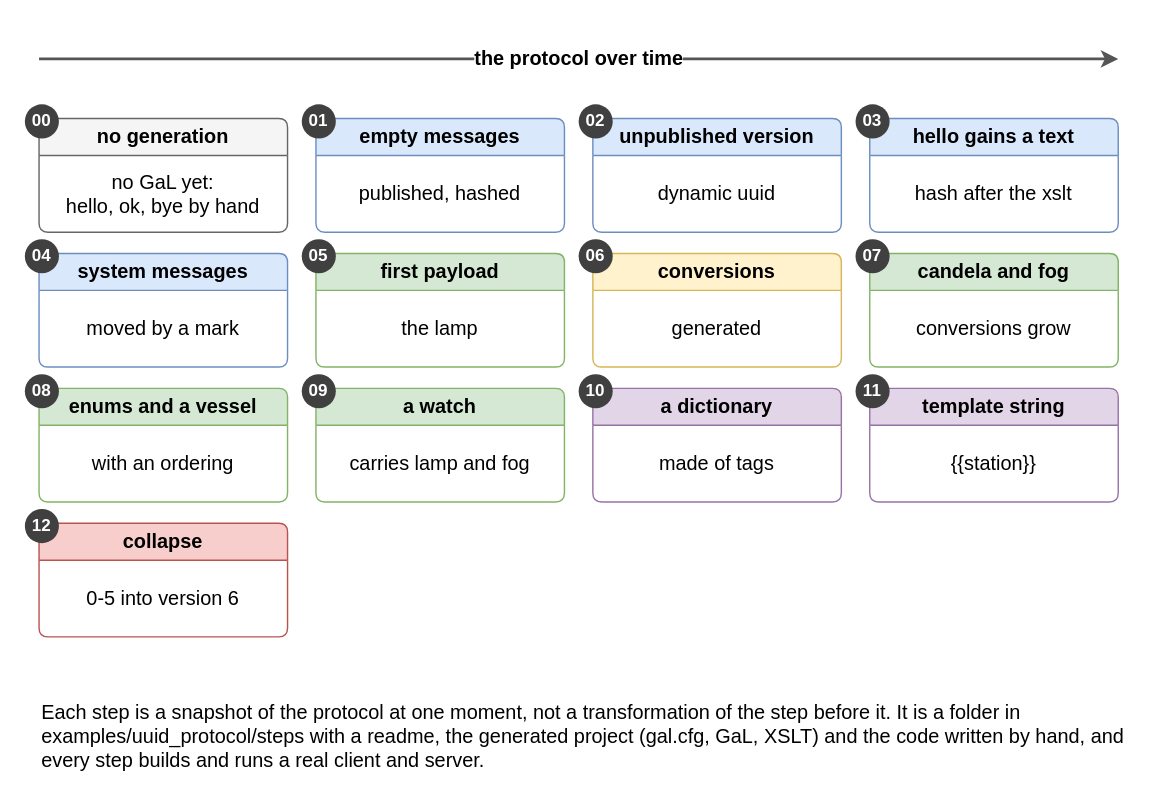
goloveshin/galimatron_doc keeps this draw.io diagram as drawio/22_uuid_steps.drawio. Above is the earlier version. Source tidied: cells renumbered, new cells numbered last; positions are measured from the earlier drawing's top-left corner, leaving out a move shared by most shapes. Both pictures are drawn from the tidied source at 142%, with x=0, y=0 at pixel (24, 58).
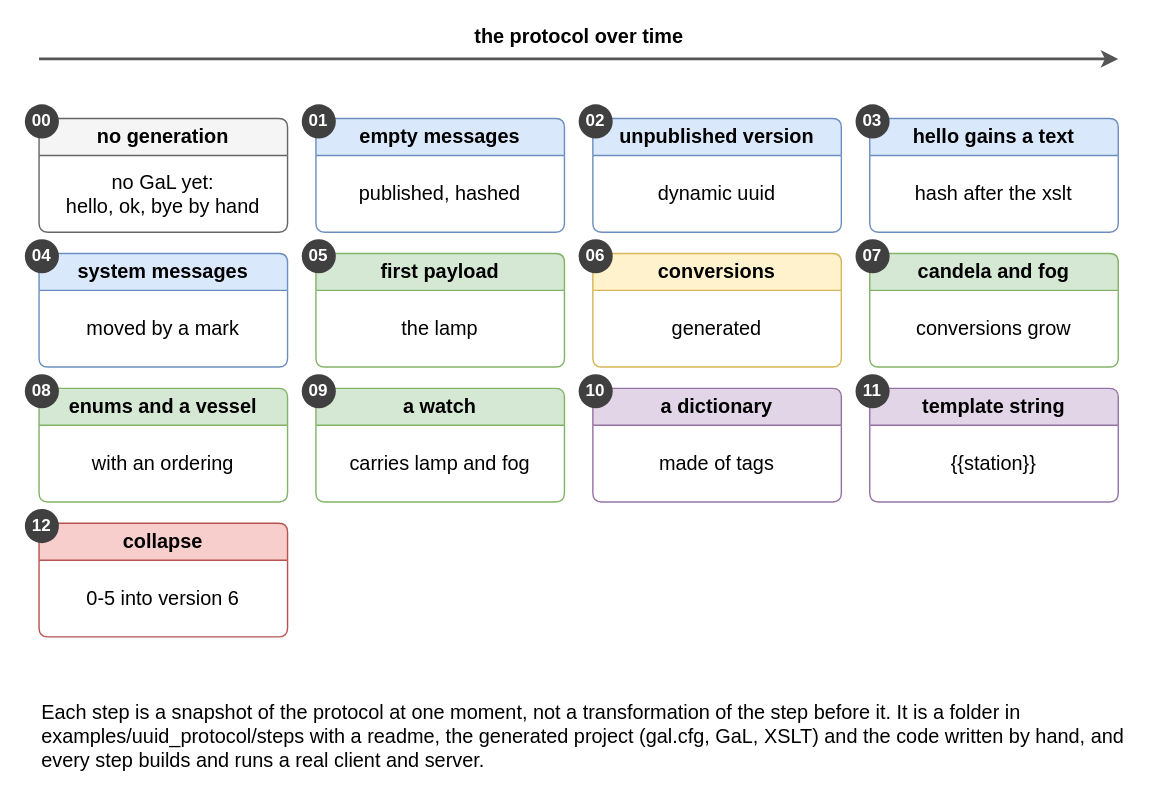
The same diagram, later.

Change to the diagram source:
```diff
@@
-    <mxCell id="2" value="the protocol over time" style="endArrow=classic;html=1;strokeWidth=2;strokeColor=#555555;labelBackgroundColor=#ffffff;fontSize=14;fontStyle=1;edgeStyle=none;" parent="1" edge="1">
+    <mxCell id="2" value="the protocol over time" style="endArrow=classic;html=1;strokeWidth=2;strokeColor=#555555;fontSize=14;fontStyle=1;edgeStyle=none;" parent="1" edge="1">
       <mxGeometry relative="1" as="geometry">
         <mxPoint x="10" as="sourcePoint" />
         <mxPoint x="770" as="targetPoint" />
+        <mxPoint y="-16" as="offset" />
       </mxGeometry>
     </mxCell>
```
